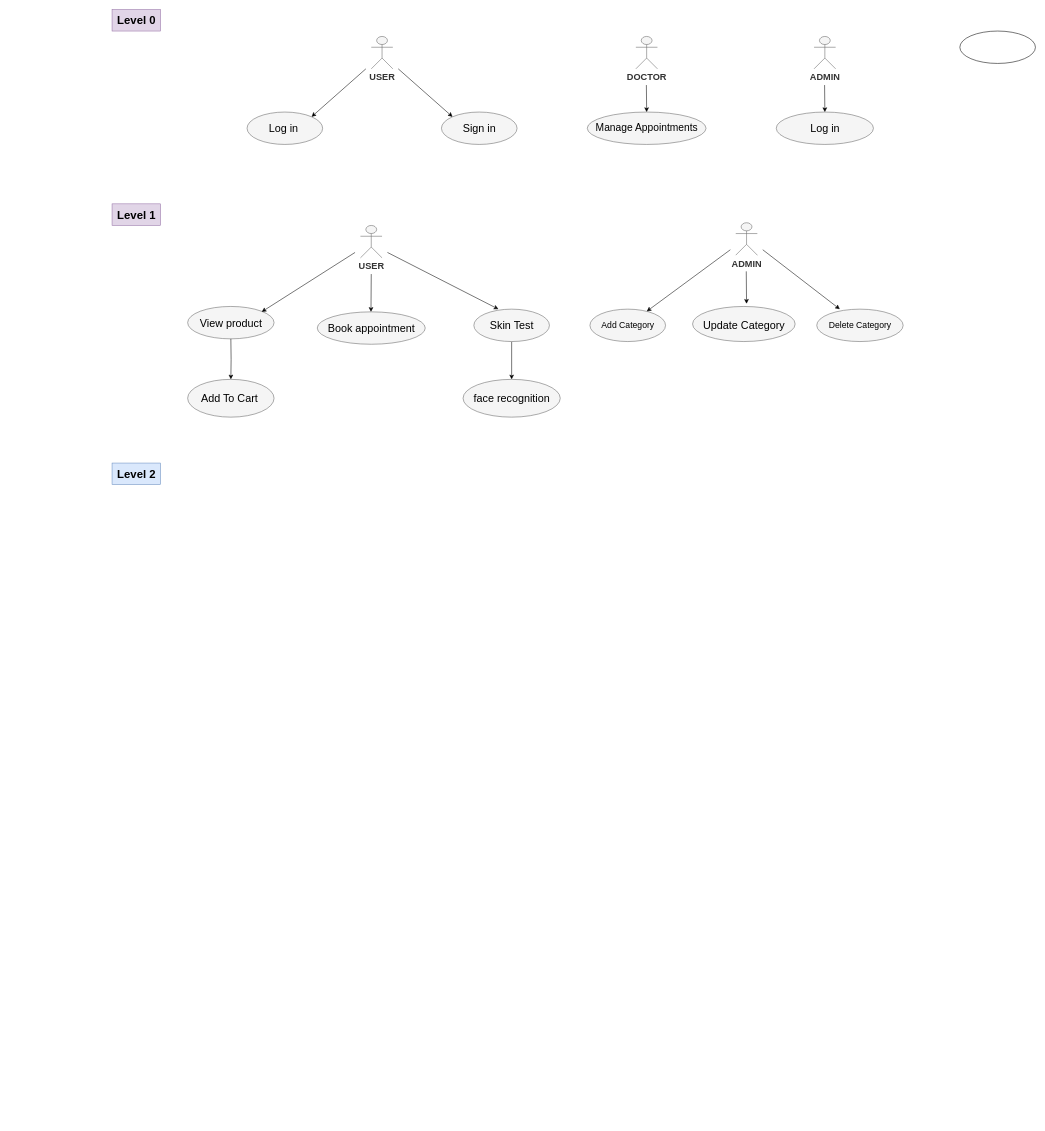
This is page "Page-2" (2 of 2) of major/project.drawio from pankaj4210/major-project, a draw.io file, before an edit. Source tidied: cells renumbered, new cells numbered last; positions are measured from the earlier drawing's top-left corner, leaving out a move shared by most shapes. Both pictures are drawn from the tidied source at 54%, with x=0, y=0 at pixel (112, 9).
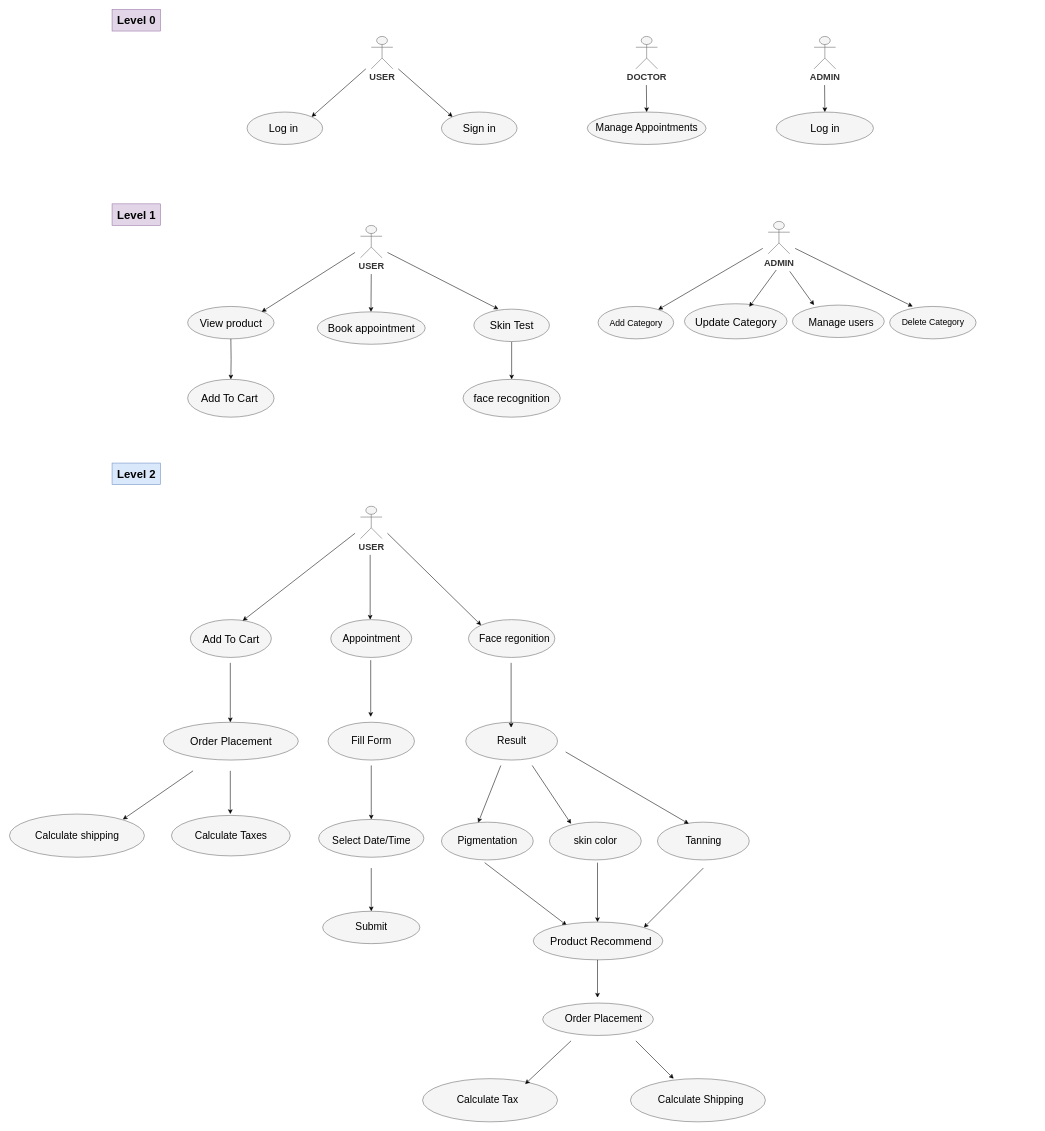
The same diagram, later.

Diff of the diagram source:
```diff
@@
-    <mxCell id="16" style="ellipse;whiteSpace=wrap;html=1;" parent="1" vertex="1">
-      <mxGeometry x="1570" y="40" width="140" height="60" as="geometry" />
-    </mxCell>
@@
     <mxCell id="36" value="&lt;span style=&quot;font-size: 17px;&quot;&gt;&lt;b&gt;ADMIN&lt;/b&gt;&lt;/span&gt;" style="shape=umlActor;verticalLabelPosition=bottom;verticalAlign=top;html=1;fillColor=#f5f5f5;strokeColor=#666666;fontColor=#333333;" parent="1" vertex="1">
-      <mxGeometry x="1155" y="395" width="40" height="60" as="geometry" />
+      <mxGeometry x="1215" y="392.5" width="40" height="60" as="geometry" />
     </mxCell>
     <mxCell id="37" style="ellipse;whiteSpace=wrap;html=1;fillColor=#f5f5f5;strokeColor=#666666;fontColor=#333333;" parent="1" vertex="1">
-      <mxGeometry x="885" y="555" width="140" height="60" as="geometry" />
+      <mxGeometry x="900" y="550" width="140" height="60" as="geometry" />
     </mxCell>
     <mxCell id="38" style="ellipse;whiteSpace=wrap;html=1;fillColor=#f5f5f5;strokeColor=#666666;fontColor=#333333;" parent="1" vertex="1">
-      <mxGeometry x="1305" y="555" width="160" height="60" as="geometry" />
+      <mxGeometry x="1440" y="550" width="160" height="60" as="geometry" />
     </mxCell>
     <mxCell id="39" style="endArrow=classic;html=1;rounded=0;entryX=0.267;entryY=0;entryDx=0;entryDy=0;entryPerimeter=0;" parent="1" edge="1" target="38">
       <mxGeometry relative="1" as="geometry">
-        <mxPoint x="1205" y="445" as="sourcePoint" />
+        <mxPoint x="1265" y="442.5" as="sourcePoint" />
       </mxGeometry>
     </mxCell>
     <mxCell id="40" style="endArrow=classic;html=1;rounded=0;" parent="1" edge="1" target="37">
       <mxGeometry relative="1" as="geometry">
-        <mxPoint x="1145" y="445" as="sourcePoint" />
+        <mxPoint x="1205" y="442.5" as="sourcePoint" />
       </mxGeometry>
     </mxCell>
     <mxCell id="41" value="&lt;font style=&quot;font-size: 16px;&quot;&gt;Add Category&lt;/font&gt;" style="text;html=1;align=center;verticalAlign=middle;strokeColor=none;fillColor=none;" parent="1" vertex="1">
-      <mxGeometry x="895" y="570" width="120" height="30" as="geometry" />
+      <mxGeometry x="910" y="565" width="120" height="30" as="geometry" />
     </mxCell>
     <mxCell id="42" value="&lt;font style=&quot;font-size: 16px;&quot;&gt;Delete Category&lt;/font&gt;" style="text;html=1;align=center;verticalAlign=middle;strokeColor=none;fillColor=none;" parent="1" vertex="1">
-      <mxGeometry x="1315" y="570" width="140" height="30" as="geometry" />
+      <mxGeometry x="1450" y="562.5" width="140" height="30" as="geometry" />
     </mxCell>
     <mxCell id="43" style="ellipse;whiteSpace=wrap;html=1;fillColor=#f5f5f5;strokeColor=#666666;fontColor=#333333;" parent="1" vertex="1">
-      <mxGeometry x="1075" y="550" width="190" height="65" as="geometry" />
+      <mxGeometry x="1060" y="545" width="190" height="65" as="geometry" />
     </mxCell>
     <mxCell id="44" value="&lt;span style=&quot;font-size: 20px;&quot;&gt;Update Category&lt;/span&gt;" style="text;html=1;align=center;verticalAlign=middle;strokeColor=none;fillColor=none;" parent="1" vertex="1">
-      <mxGeometry x="1085" y="565" width="170" height="40" as="geometry" />
+      <mxGeometry x="1070" y="557.5" width="170" height="40" as="geometry" />
     </mxCell>
-    <mxCell id="45" style="endArrow=classic;html=1;rounded=0;" parent="1" edge="1">
-      <mxGeometry relative="1" as="geometry">
-        <mxPoint x="1174.5" y="485" as="sourcePoint" />
-        <mxPoint x="1175" y="545" as="targetPoint" />
-      </mxGeometry>
-    </mxCell>
@@
+    <mxCell id="47" style="endArrow=classic;html=1;rounded=0;entryX=0.632;entryY=0.085;entryDx=0;entryDy=0;entryPerimeter=0;" parent="1" edge="1" target="43">
+      <mxGeometry relative="1" as="geometry">
+        <mxPoint x="1230" y="482.5" as="sourcePoint" />
+      </mxGeometry>
+    </mxCell>
+    <mxCell id="48" style="ellipse;whiteSpace=wrap;html=1;fillColor=#f5f5f5;fontColor=#333333;strokeColor=#666666;" parent="1" vertex="1">
+      <mxGeometry x="1260" y="547.5" width="170" height="60" as="geometry" />
+    </mxCell>
+    <mxCell id="49" value="&lt;span style=&quot;font-size: 19px;&quot;&gt;Manage users&lt;/span&gt;" style="text;html=1;align=center;verticalAlign=middle;strokeColor=none;fillColor=none;" parent="1" vertex="1">
+      <mxGeometry x="1280" y="560" width="140" height="40" as="geometry" />
+    </mxCell>
+    <mxCell id="50" style="endArrow=classic;html=1;rounded=0;entryX=0.235;entryY=0;entryDx=0;entryDy=0;entryPerimeter=0;" parent="1" edge="1" target="48">
+      <mxGeometry relative="1" as="geometry">
+        <mxPoint x="1255" y="485" as="sourcePoint" />
+      </mxGeometry>
+    </mxCell>
+    <mxCell id="51" value="&lt;b&gt;&lt;font style=&quot;font-size: 17px;&quot;&gt;USER&lt;/font&gt;&lt;/b&gt;" style="shape=umlActor;verticalLabelPosition=bottom;verticalAlign=top;html=1;fillColor=#f5f5f5;strokeColor=#666666;fontColor=#333333;" parent="1" vertex="1">
+      <mxGeometry x="460" y="920" width="40" height="60" as="geometry" />
+    </mxCell>
+    <mxCell id="52" style="ellipse;whiteSpace=wrap;html=1;fillColor=#f5f5f5;fontColor=#333333;strokeColor=#666666;" parent="1" vertex="1">
+      <mxGeometry x="145" y="1130" width="150" height="70" as="geometry" />
+    </mxCell>
+    <mxCell id="53" style="ellipse;whiteSpace=wrap;html=1;fillColor=#f5f5f5;fontColor=#333333;strokeColor=#666666;" parent="1" vertex="1">
+      <mxGeometry x="405" y="1130" width="150" height="70" as="geometry" />
+    </mxCell>
+    <mxCell id="54" style="ellipse;whiteSpace=wrap;html=1;fillColor=#f5f5f5;fontColor=#333333;strokeColor=#666666;" parent="1" vertex="1">
+      <mxGeometry x="660" y="1130" width="160" height="70" as="geometry" />
+    </mxCell>
+    <mxCell id="55" style="endArrow=classic;html=1;rounded=0;entryX=0.647;entryY=0.029;entryDx=0;entryDy=0;entryPerimeter=0;" parent="1" edge="1" target="52">
+      <mxGeometry relative="1" as="geometry">
+        <mxPoint x="450" y="970" as="sourcePoint" />
+      </mxGeometry>
+    </mxCell>
+    <mxCell id="56" style="endArrow=classic;html=1;rounded=0;" parent="1" edge="1">
+      <mxGeometry relative="1" as="geometry">
+        <mxPoint x="478" y="1010" as="sourcePoint" />
+        <mxPoint x="478" y="1130" as="targetPoint" />
+      </mxGeometry>
+    </mxCell>
+    <mxCell id="57" style="endArrow=classic;html=1;rounded=0;entryX=0;entryY=0;entryDx=0;entryDy=0;" parent="1" edge="1" target="54">
+      <mxGeometry relative="1" as="geometry">
+        <mxPoint x="510" y="970" as="sourcePoint" />
+      </mxGeometry>
+    </mxCell>
+    <mxCell id="58" value="&lt;span style=&quot;font-size: 20px;&quot;&gt;Add To Cart&lt;/span&gt;" style="text;html=1;align=center;verticalAlign=middle;strokeColor=none;fillColor=none;" parent="1" vertex="1">
+      <mxGeometry x="155" y="1145" width="130" height="40" as="geometry" />
+    </mxCell>
+    <mxCell id="59" value="&lt;font style=&quot;font-size: 19px;&quot;&gt;Appointment&lt;/font&gt;" style="text;html=1;align=center;verticalAlign=middle;strokeColor=none;fillColor=none;" parent="1" vertex="1">
+      <mxGeometry x="415" y="1145" width="130" height="40" as="geometry" />
+    </mxCell>
+    <mxCell id="60" value="&lt;span style=&quot;font-size: 19px;&quot;&gt;Face regonition&lt;/span&gt;" style="text;html=1;align=center;verticalAlign=middle;strokeColor=none;fillColor=none;" parent="1" vertex="1">
+      <mxGeometry x="670" y="1145" width="150" height="40" as="geometry" />
+    </mxCell>
+    <mxCell id="61" style="ellipse;whiteSpace=wrap;html=1;fillColor=#f5f5f5;fontColor=#333333;strokeColor=#666666;" parent="1" vertex="1">
+      <mxGeometry x="95" y="1320" width="250" height="70" as="geometry" />
+    </mxCell>
+    <mxCell id="62" style="ellipse;whiteSpace=wrap;html=1;fillColor=#f5f5f5;fontColor=#333333;strokeColor=#666666;" parent="1" vertex="1">
+      <mxGeometry x="400" y="1320" width="160" height="70" as="geometry" />
+    </mxCell>
+    <mxCell id="63" style="ellipse;whiteSpace=wrap;html=1;fillColor=#f5f5f5;fontColor=#333333;strokeColor=#666666;" parent="1" vertex="1">
+      <mxGeometry x="-190" y="1490" width="250" height="80" as="geometry" />
+    </mxCell>
+    <mxCell id="64" style="ellipse;whiteSpace=wrap;html=1;fillColor=#f5f5f5;fontColor=#333333;strokeColor=#666666;" parent="1" vertex="1">
+      <mxGeometry x="110" y="1492.5" width="220" height="75" as="geometry" />
+    </mxCell>
+    <mxCell id="65" value="&lt;span style=&quot;font-size: 20px;&quot;&gt;Order Placement&lt;/span&gt;" style="text;html=1;align=center;verticalAlign=middle;strokeColor=none;fillColor=none;" parent="1" vertex="1">
+      <mxGeometry x="135" y="1335" width="170" height="40" as="geometry" />
+    </mxCell>
+    <mxCell id="66" style="endArrow=classic;html=1;rounded=0;" parent="1" edge="1">
+      <mxGeometry relative="1" as="geometry">
+        <mxPoint x="219" y="1210" as="sourcePoint" />
+        <mxPoint x="219" y="1320" as="targetPoint" />
+      </mxGeometry>
+    </mxCell>
+    <mxCell id="67" value="&lt;span style=&quot;font-size: 19px;&quot;&gt;Calculate shipping&lt;/span&gt;" style="text;html=1;align=center;verticalAlign=middle;strokeColor=none;fillColor=none;" parent="1" vertex="1">
+      <mxGeometry x="-155" y="1510" width="180" height="40" as="geometry" />
+    </mxCell>
+    <mxCell id="68" style="endArrow=classic;html=1;rounded=0;" parent="1" edge="1">
+      <mxGeometry relative="1" as="geometry">
+        <mxPoint x="219" y="1410" as="sourcePoint" />
+        <mxPoint x="219" y="1490" as="targetPoint" />
+      </mxGeometry>
+    </mxCell>
+    <mxCell id="69" value="&lt;span style=&quot;font-size: 19px;&quot;&gt;Calculate Taxes&lt;/span&gt;" style="text;html=1;align=center;verticalAlign=middle;strokeColor=none;fillColor=none;" parent="1" vertex="1">
+      <mxGeometry x="140" y="1510" width="160" height="40" as="geometry" />
+    </mxCell>
+    <mxCell id="70" style="endArrow=classic;html=1;rounded=0;" parent="1" edge="1">
+      <mxGeometry relative="1" as="geometry">
+        <mxPoint x="150" y="1410" as="sourcePoint" />
+        <mxPoint x="20" y="1500" as="targetPoint" />
+      </mxGeometry>
+    </mxCell>
+    <mxCell id="71" value="&lt;span style=&quot;font-size: 19px;&quot;&gt;Fill Form&lt;/span&gt;" style="text;html=1;align=center;verticalAlign=middle;strokeColor=none;fillColor=none;" parent="1" vertex="1">
+      <mxGeometry x="430" y="1335" width="100" height="40" as="geometry" />
+    </mxCell>
+    <mxCell id="72" style="ellipse;whiteSpace=wrap;html=1;fillColor=#f5f5f5;fontColor=#333333;strokeColor=#666666;" parent="1" vertex="1">
+      <mxGeometry x="382.5" y="1500" width="195" height="70" as="geometry" />
+    </mxCell>
+    <mxCell id="73" value="&lt;font style=&quot;font-size: 19px;&quot;&gt;Select Date/Time&lt;/font&gt;" style="text;html=1;align=center;verticalAlign=middle;strokeColor=none;fillColor=none;" parent="1" vertex="1">
+      <mxGeometry x="395" y="1520" width="170" height="40" as="geometry" />
+    </mxCell>
+    <mxCell id="74" style="ellipse;whiteSpace=wrap;html=1;fillColor=#f5f5f5;fontColor=#333333;strokeColor=#666666;" parent="1" vertex="1">
+      <mxGeometry x="390" y="1670" width="180" height="60" as="geometry" />
+    </mxCell>
+    <mxCell id="75" value="&lt;font style=&quot;font-size: 19px;&quot;&gt;Submit&lt;/font&gt;" style="text;html=1;align=center;verticalAlign=middle;strokeColor=none;fillColor=none;" parent="1" vertex="1">
+      <mxGeometry x="440" y="1680" width="80" height="40" as="geometry" />
+    </mxCell>
+    <mxCell id="76" style="endArrow=classic;html=1;rounded=0;" parent="1" edge="1">
+      <mxGeometry relative="1" as="geometry">
+        <mxPoint x="480" y="1400" as="sourcePoint" />
+        <mxPoint x="480" y="1500" as="targetPoint" />
+      </mxGeometry>
+    </mxCell>
+    <mxCell id="77" style="endArrow=classic;html=1;rounded=0;" parent="1" edge="1">
+      <mxGeometry relative="1" as="geometry">
+        <mxPoint x="479" y="1205" as="sourcePoint" />
+        <mxPoint x="479" y="1310" as="targetPoint" />
+      </mxGeometry>
+    </mxCell>
+    <mxCell id="78" style="endArrow=classic;html=1;rounded=0;" parent="1" edge="1">
+      <mxGeometry relative="1" as="geometry">
+        <mxPoint x="480" y="1590" as="sourcePoint" />
+        <mxPoint x="480" y="1670" as="targetPoint" />
+      </mxGeometry>
+    </mxCell>
+    <mxCell id="79" style="ellipse;whiteSpace=wrap;html=1;fillColor=#f5f5f5;fontColor=#333333;strokeColor=#666666;" parent="1" vertex="1">
+      <mxGeometry x="655" y="1320" width="170" height="70" as="geometry" />
+    </mxCell>
+    <mxCell id="80" value="&lt;span style=&quot;font-size: 19px;&quot;&gt;Result&lt;/span&gt;" style="text;html=1;align=center;verticalAlign=middle;strokeColor=none;fillColor=none;" parent="1" vertex="1">
+      <mxGeometry x="700" y="1335" width="80" height="40" as="geometry" />
+    </mxCell>
+    <mxCell id="81" style="endArrow=classic;html=1;rounded=0;" parent="1" edge="1">
+      <mxGeometry relative="1" as="geometry">
+        <mxPoint x="739" y="1210" as="sourcePoint" />
+        <mxPoint x="739" y="1330" as="targetPoint" />
+      </mxGeometry>
+    </mxCell>
+    <mxCell id="82" style="ellipse;whiteSpace=wrap;html=1;fillColor=#f5f5f5;fontColor=#333333;strokeColor=#666666;" parent="1" vertex="1">
+      <mxGeometry x="610" y="1505" width="170" height="70" as="geometry" />
+    </mxCell>
+    <mxCell id="83" style="ellipse;whiteSpace=wrap;html=1;fillColor=#f5f5f5;fontColor=#333333;strokeColor=#666666;" parent="1" vertex="1">
+      <mxGeometry x="810" y="1505" width="170" height="70" as="geometry" />
+    </mxCell>
+    <mxCell id="84" style="ellipse;whiteSpace=wrap;html=1;fillColor=#f5f5f5;fontColor=#333333;strokeColor=#666666;" parent="1" vertex="1">
+      <mxGeometry x="1010" y="1505" width="170" height="70" as="geometry" />
+    </mxCell>
+    <mxCell id="85" style="endArrow=classic;html=1;rounded=0;entryX=1;entryY=0;entryDx=0;entryDy=0;" parent="1" edge="1" target="94">
+      <mxGeometry relative="1" as="geometry">
+        <mxPoint x="1095" y="1590" as="sourcePoint" />
+      </mxGeometry>
+    </mxCell>
+    <mxCell id="86" style="endArrow=classic;html=1;rounded=0;entryX=0.4;entryY=0.014;entryDx=0;entryDy=0;entryPerimeter=0;" parent="1" edge="1" target="82">
+      <mxGeometry relative="1" as="geometry">
+        <mxPoint x="720" y="1400" as="sourcePoint" />
+      </mxGeometry>
+    </mxCell>
+    <mxCell id="87" style="endArrow=classic;html=1;rounded=0;" parent="1" edge="1">
+      <mxGeometry relative="1" as="geometry">
+        <mxPoint x="899" y="1580" as="sourcePoint" />
+        <mxPoint x="899" y="1690" as="targetPoint" />
+      </mxGeometry>
+    </mxCell>
+    <mxCell id="88" style="endArrow=classic;html=1;rounded=0;entryX=0.258;entryY=0.086;entryDx=0;entryDy=0;entryPerimeter=0;" parent="1" edge="1" target="94">
+      <mxGeometry relative="1" as="geometry">
+        <mxPoint x="690" y="1580" as="sourcePoint" />
+      </mxGeometry>
+    </mxCell>
+    <mxCell id="89" style="endArrow=classic;html=1;rounded=0;entryX=0.341;entryY=0.043;entryDx=0;entryDy=0;entryPerimeter=0;" parent="1" edge="1" target="84">
+      <mxGeometry relative="1" as="geometry">
+        <mxPoint x="840" y="1375" as="sourcePoint" />
+      </mxGeometry>
+    </mxCell>
+    <mxCell id="90" style="endArrow=classic;html=1;rounded=0;entryX=0.235;entryY=0.043;entryDx=0;entryDy=0;entryPerimeter=0;" parent="1" edge="1" target="83">
+      <mxGeometry relative="1" as="geometry">
+        <mxPoint x="778" y="1400" as="sourcePoint" />
+      </mxGeometry>
+    </mxCell>
+    <mxCell id="91" value="&lt;span style=&quot;font-size: 19px;&quot;&gt;Pigmentation&lt;/span&gt;" style="text;html=1;align=center;verticalAlign=middle;strokeColor=none;fillColor=none;" parent="1" vertex="1">
+      <mxGeometry x="630" y="1520" width="130" height="40" as="geometry" />
+    </mxCell>
+    <mxCell id="92" value="&lt;span style=&quot;font-size: 19px;&quot;&gt;skin color&lt;/span&gt;" style="text;html=1;align=center;verticalAlign=middle;strokeColor=none;fillColor=none;" parent="1" vertex="1">
+      <mxGeometry x="845" y="1520" width="100" height="40" as="geometry" />
+    </mxCell>
+    <mxCell id="93" value="&lt;font style=&quot;font-size: 19px;&quot;&gt;Tanning&lt;/font&gt;" style="text;html=1;align=center;verticalAlign=middle;strokeColor=none;fillColor=none;" parent="1" vertex="1">
+      <mxGeometry x="1050" y="1520" width="90" height="40" as="geometry" />
+    </mxCell>
+    <mxCell id="94" style="ellipse;whiteSpace=wrap;html=1;fillColor=#f5f5f5;fontColor=#333333;strokeColor=#666666;" parent="1" vertex="1">
+      <mxGeometry x="780" y="1690" width="240" height="70" as="geometry" />
+    </mxCell>
+    <mxCell id="95" value="&lt;font style=&quot;font-size: 20px;&quot;&gt;Product Recommend&lt;/font&gt;" style="text;html=1;align=center;verticalAlign=middle;strokeColor=none;fillColor=none;" parent="1" vertex="1">
+      <mxGeometry x="800" y="1705" width="210" height="40" as="geometry" />
+    </mxCell>
+    <mxCell id="96" style="ellipse;whiteSpace=wrap;html=1;fillColor=#f5f5f5;fontColor=#333333;strokeColor=#666666;" parent="1" vertex="1">
+      <mxGeometry x="797.5" y="1840" width="205" height="60" as="geometry" />
+    </mxCell>
+    <mxCell id="97" value="&lt;font style=&quot;font-size: 19px;&quot;&gt;Order Placement&lt;/font&gt;" style="text;html=1;align=center;verticalAlign=middle;strokeColor=none;fillColor=none;" parent="1" vertex="1">
+      <mxGeometry x="825" y="1850" width="170" height="40" as="geometry" />
+    </mxCell>
+    <mxCell id="98" style="endArrow=classic;html=1;rounded=0;" parent="1" edge="1">
+      <mxGeometry relative="1" as="geometry">
+        <mxPoint x="899" y="1760" as="sourcePoint" />
+        <mxPoint x="899" y="1830" as="targetPoint" />
+      </mxGeometry>
+    </mxCell>
+    <mxCell id="99" style="ellipse;whiteSpace=wrap;html=1;fillColor=#f5f5f5;fontColor=#333333;strokeColor=#666666;" parent="1" vertex="1">
+      <mxGeometry x="575" y="1980" width="250" height="80" as="geometry" />
+    </mxCell>
+    <mxCell id="100" style="ellipse;whiteSpace=wrap;html=1;fillColor=#f5f5f5;fontColor=#333333;strokeColor=#666666;" parent="1" vertex="1">
+      <mxGeometry x="960" y="1980" width="250" height="80" as="geometry" />
+    </mxCell>
+    <mxCell id="101" value="&lt;span style=&quot;font-size: 19px;&quot;&gt;Calculate Tax&lt;/span&gt;" style="text;html=1;align=center;verticalAlign=middle;strokeColor=none;fillColor=none;" parent="1" vertex="1">
+      <mxGeometry x="625" y="2000" width="140" height="40" as="geometry" />
+    </mxCell>
+    <mxCell id="102" value="&lt;span style=&quot;font-size: 19px;&quot;&gt;Calculate Shipping&lt;/span&gt;" style="text;html=1;align=center;verticalAlign=middle;strokeColor=none;fillColor=none;" parent="1" vertex="1">
+      <mxGeometry x="1000" y="2000" width="180" height="40" as="geometry" />
+    </mxCell>
+    <mxCell id="103" style="endArrow=classic;html=1;rounded=0;" parent="1" edge="1">
+      <mxGeometry relative="1" as="geometry">
+        <mxPoint x="850" y="1910" as="sourcePoint" />
+        <mxPoint x="765" y="1990" as="targetPoint" />
+      </mxGeometry>
+    </mxCell>
+    <mxCell id="104" style="endArrow=classic;html=1;rounded=0;" parent="1" edge="1">
+      <mxGeometry relative="1" as="geometry">
+        <mxPoint x="970" y="1910" as="sourcePoint" />
+        <mxPoint x="1040" y="1980" as="targetPoint" />
+      </mxGeometry>
+    </mxCell>
```
